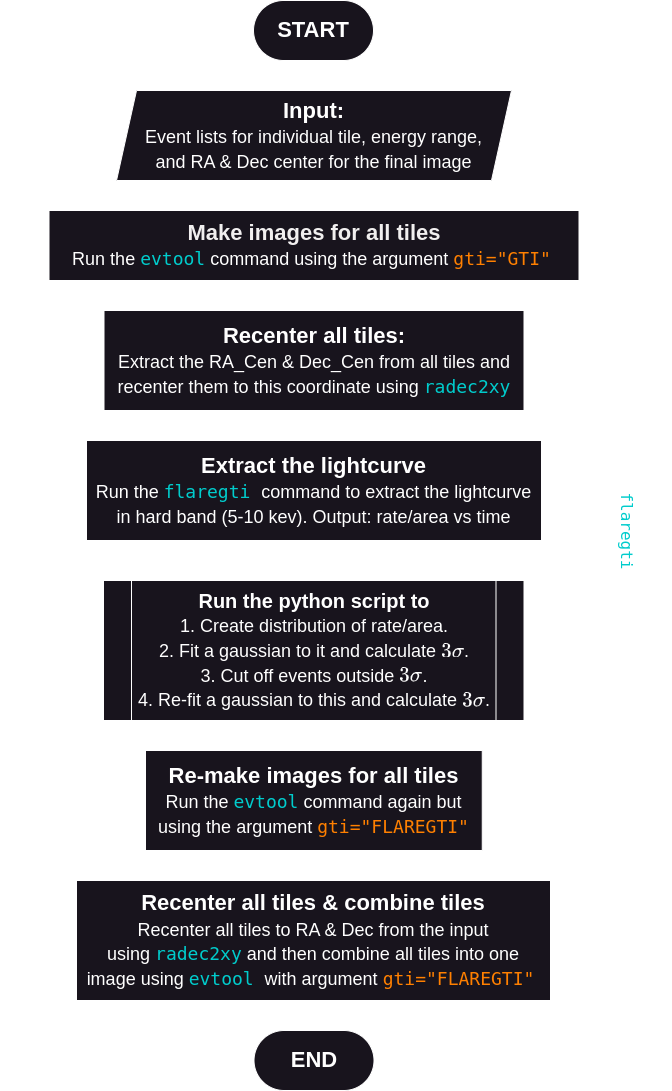
Above: eROSITA_eSASS_Tutorials/Flowcharts/Flare_filtering_flowchart.png in AdiPandya/HEA_SNR_Tutorials (draw.io), before the change. Source tidied: cells renumbered, new cells last; positions are measured from the earlier drawing's top-left corner, leaving out a move shared by most shapes.
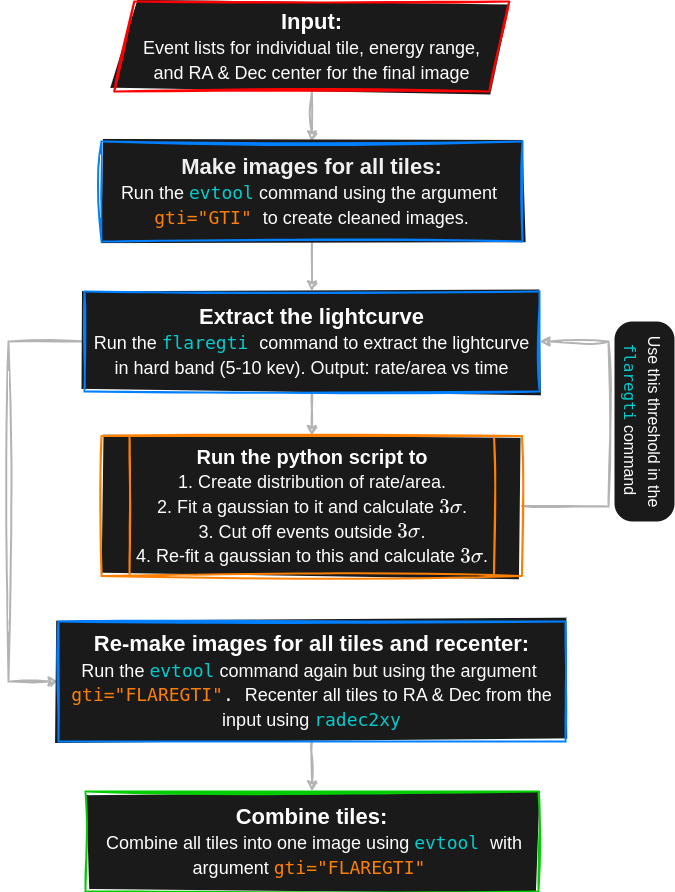
Above is the later version.

Commit message:
eSASS: Flare filtering flowchart

The edit, as a diff of the source:
```diff
@@ -2,72 +2,59 @@
   <root>
     <mxCell id="0" />
     <mxCell id="1" parent="0" />
-    <mxCell id="2" style="edgeStyle=none;html=1;exitX=0.5;exitY=1;exitDx=0;exitDy=0;fontSize=20;strokeWidth=2;strokeColor=#FFFFFF;" parent="1" edge="1" source="3" target="5">
-      <mxGeometry relative="1" as="geometry" />
-    </mxCell>
-    <mxCell id="3" value="&lt;font size=&quot;1&quot; style=&quot;&quot;&gt;&lt;b style=&quot;font-size: 22px;&quot;&gt;START&lt;/b&gt;&lt;/font&gt;" style="rounded=1;whiteSpace=wrap;html=1;arcSize=50;fontColor=#FFFFFF;fillColor=#18141D;strokeColor=#FFFFFF;" parent="1" vertex="1">
-      <mxGeometry x="245" width="120" height="60" as="geometry" />
-    </mxCell>
-    <mxCell id="4" style="edgeStyle=none;html=1;fontSize=20;fontColor=#00CCCC;strokeWidth=2;strokeColor=#FFFFFF;" parent="1" edge="1" source="5" target="13">
+    <mxCell id="4" style="edgeStyle=none;html=1;fontSize=20;fontColor=#00CCCC;strokeWidth=2;strokeColor=#B3B3B3;rounded=0;sketch=1;curveFitting=1;jiggle=2;" parent="1" edge="1" source="5" target="13">
       <mxGeometry relative="1" as="geometry" />
     </mxCell>
-    <mxCell id="5" value="&lt;font color=&quot;#ffffff&quot;&gt;&lt;b style=&quot;&quot;&gt;&lt;font style=&quot;font-size: 22px;&quot;&gt;Input: &lt;/font&gt;&lt;/b&gt;&lt;br&gt;&lt;span style=&quot;font-size: 18px;&quot;&gt;Event lists for individual tile, energy range, &lt;/span&gt;&lt;br&gt;&lt;span style=&quot;font-size: 18px;&quot;&gt;and RA &amp;amp; Dec center for the final image&lt;/span&gt;&lt;/font&gt;" style="shape=parallelogram;perimeter=parallelogramPerimeter;whiteSpace=wrap;html=1;fixedSize=1;fontSize=20;fillColor=#18141D;strokeColor=#FFFFFF;" parent="1" vertex="1">
-      <mxGeometry x="108" y="90" width="395" height="90" as="geometry" />
+    <mxCell id="5" value="&lt;font color=&quot;#ffffff&quot;&gt;&lt;b style=&quot;&quot;&gt;&lt;font style=&quot;font-size: 22px;&quot;&gt;Input: &lt;/font&gt;&lt;/b&gt;&lt;br&gt;&lt;span style=&quot;font-size: 18px;&quot;&gt;Event lists for individual tile, energy range, &lt;/span&gt;&lt;br&gt;&lt;span style=&quot;font-size: 18px;&quot;&gt;and RA &amp;amp; Dec center for the final image&lt;/span&gt;&lt;/font&gt;" style="shape=parallelogram;perimeter=parallelogramPerimeter;whiteSpace=wrap;html=1;fixedSize=1;fontSize=20;fillColor=#1A1A1A;strokeColor=#FF0000;strokeWidth=2;fillStyle=solid;rounded=0;sketch=1;curveFitting=1;jiggle=2;" parent="1" vertex="1">
+      <mxGeometry x="95.8" y="140" width="395" height="90" as="geometry" />
     </mxCell>
-    <mxCell id="6" style="edgeStyle=none;html=1;fontSize=20;fontColor=#00CCCC;strokeWidth=2;strokeColor=#FFFFFF;" parent="1" edge="1" source="7" target="10">
-      <mxGeometry relative="1" as="geometry" />
-    </mxCell>
-    <mxCell id="7" value="&lt;font color=&quot;#ffffff&quot; style=&quot;font-size: 18px;&quot;&gt;&lt;font style=&quot;font-size: 22px;&quot;&gt;&lt;b&gt;Recenter all tiles:&lt;/b&gt;&lt;/font&gt;&lt;br&gt;&lt;font style=&quot;font-size: 18px;&quot;&gt;&lt;font style=&quot;font-size: 18px;&quot;&gt;E&lt;/font&gt;&lt;font style=&quot;font-size: 18px;&quot;&gt;&lt;font style=&quot;font-size: 18px;&quot;&gt;xtract the RA_Cen &amp;amp; &lt;/font&gt;&lt;font style=&quot;font-size: 18px;&quot;&gt;Dec_Cen from all tiles and recenter them to this coordinate usin&lt;/font&gt;&lt;font style=&quot;font-size: 18px;&quot;&gt;g&amp;nbsp;&lt;/font&gt;&lt;/font&gt;&lt;/font&gt;&lt;/font&gt;&lt;span style=&quot;font-family: &amp;quot;Droid Sans Mono&amp;quot;, &amp;quot;monospace&amp;quot;, monospace;&quot;&gt;&lt;font style=&quot;font-size: 18px;&quot; color=&quot;#00cccc&quot;&gt;radec2xy&lt;/font&gt;&lt;/span&gt;" style="rounded=0;whiteSpace=wrap;html=1;fontSize=20;fontStyle=0;strokeColor=#FFFFFF;fillColor=#18141D;" parent="1" vertex="1">
-      <mxGeometry x="95.5" y="310" width="420" height="100" as="geometry" />
-    </mxCell>
-    <mxCell id="8" style="edgeStyle=none;html=1;fontSize=20;fontColor=#00CCCC;strokeWidth=2;entryX=0.5;entryY=0;entryDx=0;entryDy=0;strokeColor=#FFFFFF;" parent="1" edge="1" source="10" target="19">
+    <mxCell id="8" style="edgeStyle=none;html=1;fontSize=20;fontColor=#00CCCC;strokeWidth=2;entryX=0.5;entryY=0;entryDx=0;entryDy=0;strokeColor=#B3B3B3;rounded=0;sketch=1;curveFitting=1;jiggle=2;" parent="1" edge="1" source="10" target="19">
       <mxGeometry relative="1" as="geometry" />
     </mxCell>
-    <mxCell id="9" style="edgeStyle=none;html=1;fontSize=20;fontColor=#00CCCC;entryX=0;entryY=0.5;entryDx=0;entryDy=0;strokeWidth=2;strokeColor=#FFFFFF;" parent="1" edge="1" source="10" target="16">
+    <mxCell id="9" style="edgeStyle=none;html=1;fontSize=20;fontColor=#00CCCC;entryX=0;entryY=0.5;entryDx=0;entryDy=0;strokeWidth=2;strokeColor=#B3B3B3;rounded=0;sketch=1;curveFitting=1;jiggle=2;" parent="1" edge="1" source="10" target="16">
       <mxGeometry relative="1" as="geometry">
         <Array as="points">
-          <mxPoint y="490" />
-          <mxPoint y="800" />
+          <mxPoint x="-10" y="480" />
+          <mxPoint x="-10" y="820" />
         </Array>
       </mxGeometry>
     </mxCell>
-    <mxCell id="10" value="&lt;font style=&quot;font-size: 18px;&quot;&gt;&lt;font style=&quot;color: rgb(255, 255, 255); font-size: 22px;&quot;&gt;&lt;b&gt;Extract the lightcurve&lt;/b&gt;&lt;/font&gt;&lt;br&gt;&lt;font color=&quot;#ffffff&quot;&gt;Run the&amp;nbsp;&lt;/font&gt;&lt;span style=&quot;font-family: &amp;quot;Droid Sans Mono&amp;quot;, &amp;quot;monospace&amp;quot;, monospace;&quot;&gt;&lt;font color=&quot;#00cccc&quot;&gt;flaregti&lt;/font&gt;&lt;font color=&quot;#ffffff&quot;&gt;&amp;nbsp;&lt;/font&gt;&lt;/span&gt;&lt;font color=&quot;#ffffff&quot;&gt;command to extract the lightcurve &lt;/font&gt;&lt;br&gt;&lt;font color=&quot;#ffffff&quot;&gt;in hard band (5-10 kev). Output: rate/area vs time&lt;/font&gt;&lt;br&gt;&lt;/font&gt;" style="rounded=0;whiteSpace=wrap;html=1;fontSize=20;fontStyle=0;strokeColor=#FFFFFF;fillColor=#18141D;" parent="1" vertex="1">
-      <mxGeometry x="78" y="440" width="455" height="100" as="geometry" />
+    <mxCell id="10" value="&lt;font style=&quot;font-size: 18px;&quot;&gt;&lt;font style=&quot;color: rgb(255, 255, 255); font-size: 22px;&quot;&gt;&lt;b&gt;Extract the lightcurve&lt;/b&gt;&lt;/font&gt;&lt;br&gt;&lt;font color=&quot;#ffffff&quot;&gt;Run the&amp;nbsp;&lt;/font&gt;&lt;span style=&quot;font-family: &amp;quot;Droid Sans Mono&amp;quot;, &amp;quot;monospace&amp;quot;, monospace;&quot;&gt;&lt;font color=&quot;#00cccc&quot;&gt;flaregti&lt;/font&gt;&lt;font color=&quot;#ffffff&quot;&gt;&amp;nbsp;&lt;/font&gt;&lt;/span&gt;&lt;font color=&quot;#ffffff&quot;&gt;command to extract the lightcurve &lt;/font&gt;&lt;br&gt;&lt;font color=&quot;#ffffff&quot;&gt;in hard band (5-10 kev). Output: rate/area vs time&lt;/font&gt;&lt;br&gt;&lt;/font&gt;" style="rounded=0;whiteSpace=wrap;html=1;fontSize=20;fontStyle=0;strokeColor=#007FFF;fillColor=#1A1A1A;strokeWidth=2;fillStyle=solid;sketch=1;curveFitting=1;jiggle=2;" parent="1" vertex="1">
+      <mxGeometry x="66" y="430" width="455" height="100" as="geometry" />
     </mxCell>
-    <mxCell id="11" style="edgeStyle=none;html=1;entryX=1;entryY=0.5;entryDx=0;entryDy=0;fontSize=20;fontColor=#00CCCC;strokeWidth=2;exitX=1;exitY=0.5;exitDx=0;exitDy=0;strokeColor=#FFFFFF;" parent="1" edge="1" source="19" target="10">
+    <mxCell id="11" style="edgeStyle=none;html=1;entryX=1;entryY=0.5;entryDx=0;entryDy=0;fontSize=20;fontColor=#00CCCC;strokeWidth=2;exitX=1;exitY=0.5;exitDx=0;exitDy=0;strokeColor=#B3B3B3;rounded=0;sketch=1;curveFitting=1;jiggle=2;" parent="1" edge="1" source="19" target="10">
       <mxGeometry relative="1" as="geometry">
         <Array as="points">
-          <mxPoint x="600" y="650" />
-          <mxPoint x="600" y="490" />
+          <mxPoint x="590" y="645" />
+          <mxPoint x="590" y="480" />
         </Array>
       </mxGeometry>
     </mxCell>
-    <mxCell id="12" style="edgeStyle=none;html=1;fontSize=20;fontColor=#00CCCC;strokeWidth=2;strokeColor=#FFFFFF;" parent="1" edge="1" source="13" target="7">
-      <mxGeometry relative="1" as="geometry" />
+    <mxCell id="12" style="edgeStyle=none;html=1;fontSize=20;fontColor=#00CCCC;strokeWidth=2;strokeColor=#FFFFFF;rounded=0;sketch=1;curveFitting=1;jiggle=2;" parent="1" edge="1" source="13">
+      <mxGeometry relative="1" as="geometry">
+        <mxPoint x="295.5" y="340" as="targetPoint" />
+      </mxGeometry>
     </mxCell>
+    <mxCell id="21" style="edgeStyle=none;html=1;fontColor=#F0F0F0;strokeWidth=2;strokeColor=#B3B3B3;rounded=0;sketch=1;curveFitting=1;jiggle=2;" parent="1" edge="1" source="13" target="10">
+      <mxGeometry relative="1" as="geometry" />
+    </mxCell>
-    <mxCell id="13" value="&lt;font style=&quot;&quot;&gt;&lt;span style=&quot;font-size: 22px;&quot;&gt;&lt;b&gt;&lt;font color=&quot;#f1efef&quot;&gt;Make images for all tiles&lt;/font&gt;&lt;/b&gt;&lt;/span&gt;&lt;br&gt;&lt;font style=&quot;font-size: 18px;&quot;&gt;&lt;font style=&quot;font-size: 18px;&quot;&gt;&lt;font style=&quot;font-size: 18px;&quot;&gt;&lt;font color=&quot;#ffffff&quot;&gt;Run the&lt;/font&gt;&amp;nbsp;&lt;/font&gt;&lt;/font&gt;&lt;/font&gt;&lt;/font&gt;&lt;span style=&quot;font-family: &amp;quot;Droid Sans Mono&amp;quot;, &amp;quot;monospace&amp;quot;, monospace;&quot;&gt;&lt;font style=&quot;font-size: 18px;&quot; color=&quot;#00cccc&quot;&gt;evtool&lt;/font&gt;&lt;/span&gt;&lt;font style=&quot;font-size: 18px;&quot;&gt;&amp;nbsp;&lt;/font&gt;&lt;font style=&quot;font-size: 18px;&quot;&gt;&lt;font color=&quot;#ffffff&quot;&gt;command using the argument&amp;nbsp;&lt;/font&gt;&lt;span style=&quot;font-family: &amp;quot;Droid Sans Mono&amp;quot;, &amp;quot;monospace&amp;quot;, monospace;&quot;&gt;&lt;font color=&quot;#ff8000&quot;&gt;gti=&quot;GTI&quot;&lt;/font&gt;&lt;/span&gt;&amp;nbsp;&lt;/font&gt;" style="rounded=0;whiteSpace=wrap;html=1;fontSize=20;fontStyle=0;fillColor=#18141D;fillStyle=solid;strokeColor=#FFFFFF;" parent="1" vertex="1">
-      <mxGeometry x="40.5" y="210" width="530" height="70" as="geometry" />
+    <mxCell id="13" value="&lt;font style=&quot;&quot;&gt;&lt;span style=&quot;font-size: 22px;&quot;&gt;&lt;b&gt;&lt;font color=&quot;#f1efef&quot;&gt;Make images for all tiles:&lt;/font&gt;&lt;/b&gt;&lt;/span&gt;&lt;br&gt;&lt;font style=&quot;font-size: 18px;&quot;&gt;&lt;font style=&quot;font-size: 18px;&quot;&gt;&lt;font style=&quot;font-size: 18px;&quot;&gt;&lt;font color=&quot;#ffffff&quot;&gt;Run the&lt;/font&gt;&amp;nbsp;&lt;/font&gt;&lt;/font&gt;&lt;/font&gt;&lt;/font&gt;&lt;span style=&quot;font-family: &amp;quot;Droid Sans Mono&amp;quot;, &amp;quot;monospace&amp;quot;, monospace;&quot;&gt;&lt;font style=&quot;font-size: 18px;&quot; color=&quot;#00cccc&quot;&gt;evtool&lt;/font&gt;&lt;/span&gt;&lt;font style=&quot;font-size: 18px;&quot;&gt;&amp;nbsp;&lt;/font&gt;&lt;font style=&quot;font-size: 18px;&quot;&gt;&lt;font color=&quot;#ffffff&quot;&gt;command using the argument&amp;nbsp;&lt;br&gt;&lt;/font&gt;&lt;span style=&quot;font-family: &amp;quot;Droid Sans Mono&amp;quot;, &amp;quot;monospace&amp;quot;, monospace;&quot;&gt;&lt;font color=&quot;#ff8000&quot;&gt;gti=&quot;GTI&quot;&amp;nbsp;&lt;/font&gt;&lt;/span&gt;&lt;span style=&quot;color: rgb(255, 255, 255);&quot;&gt;to create cleaned images.&lt;/span&gt;&lt;br&gt;&lt;/font&gt;" style="rounded=0;whiteSpace=wrap;html=1;fontSize=20;fontStyle=0;fillColor=#1A1A1A;fillStyle=solid;strokeColor=#007FFF;strokeWidth=2;sketch=1;curveFitting=1;jiggle=2;" parent="1" vertex="1">
+      <mxGeometry x="83" y="280" width="421" height="100" as="geometry" />
     </mxCell>
-    <mxCell id="14" value="&lt;font color=&quot;#ffffff&quot; style=&quot;font-size: 16px;&quot;&gt;Use this threshold&amp;nbsp;in the&lt;br&gt;&lt;/font&gt;&lt;span style=&quot;color: rgb(0, 204, 204); font-family: &amp;quot;Droid Sans Mono&amp;quot;, &amp;quot;monospace&amp;quot;, monospace;&quot;&gt;&lt;font style=&quot;font-size: 16px;&quot;&gt;flaregti&lt;/font&gt;&lt;/span&gt;&lt;font color=&quot;#ffffff&quot; style=&quot;font-size: 16px;&quot;&gt;&amp;nbsp;command&amp;nbsp;&lt;/font&gt;" style="text;html=1;align=center;verticalAlign=middle;strokeColor=none;fillColor=none;fontSize=20;fontColor=#FF8000;rotation=90;" parent="1" vertex="1">
-      <mxGeometry x="533" y="540" width="200" height="60" as="geometry" />
+    <mxCell id="14" value="&lt;font color=&quot;#ffffff&quot; style=&quot;font-size: 16px;&quot;&gt;Use this threshold&amp;nbsp;in the&lt;br&gt;&lt;/font&gt;&lt;span style=&quot;color: rgb(0, 204, 204); font-family: &amp;quot;Droid Sans Mono&amp;quot;, &amp;quot;monospace&amp;quot;, monospace;&quot;&gt;&lt;font style=&quot;font-size: 16px;&quot;&gt;flaregti&lt;/font&gt;&lt;/span&gt;&lt;font color=&quot;#ffffff&quot; style=&quot;font-size: 16px;&quot;&gt;&amp;nbsp;command&amp;nbsp;&lt;/font&gt;" style="text;html=1;align=center;verticalAlign=middle;strokeColor=none;fillColor=#1A1A1A;fontSize=20;fontColor=#FF8000;rotation=90;fillStyle=solid;rounded=1;arcSize=30;glass=0;shadow=0;" parent="1" vertex="1">
+      <mxGeometry x="526" y="530" width="200" height="60" as="geometry" />
     </mxCell>
-    <mxCell id="15" style="edgeStyle=none;html=1;fontSize=16;fontColor=#00CCCC;strokeWidth=2;strokeColor=#FFFFFF;" parent="1" edge="1" source="16" target="18">
+    <mxCell id="15" style="edgeStyle=none;html=1;fontSize=16;fontColor=#00CCCC;strokeWidth=2;strokeColor=#B3B3B3;rounded=0;sketch=1;curveFitting=1;jiggle=2;" parent="1" edge="1" source="16" target="18">
       <mxGeometry relative="1" as="geometry" />
     </mxCell>
-    <mxCell id="16" value="&lt;font style=&quot;color: rgb(255, 255, 255);&quot;&gt;&lt;span style=&quot;font-size: 22px;&quot;&gt;&lt;b&gt;Re-make images for all tiles&lt;/b&gt;&lt;/span&gt;&lt;br&gt;&lt;font style=&quot;font-size: 18px;&quot;&gt;&lt;font style=&quot;font-size: 18px;&quot;&gt;&lt;font style=&quot;font-size: 18px;&quot;&gt;Run the&amp;nbsp;&lt;/font&gt;&lt;/font&gt;&lt;/font&gt;&lt;/font&gt;&lt;span style=&quot;font-family: &amp;quot;Droid Sans Mono&amp;quot;, &amp;quot;monospace&amp;quot;, monospace;&quot;&gt;&lt;font color=&quot;#00cccc&quot; style=&quot;font-size: 18px;&quot;&gt;evtool&lt;/font&gt;&lt;/span&gt;&lt;font style=&quot;color: rgb(255, 255, 255); font-size: 18px;&quot;&gt;&amp;nbsp;&lt;/font&gt;&lt;font style=&quot;font-size: 18px;&quot;&gt;&lt;font color=&quot;#ffffff&quot;&gt;command again but using the argument&amp;nbsp;&lt;/font&gt;&lt;span style=&quot;font-family: &amp;quot;Droid Sans Mono&amp;quot;, &amp;quot;monospace&amp;quot;, monospace;&quot;&gt;&lt;font color=&quot;#ff8000&quot;&gt;gti=&quot;FLAREGTI&quot;&lt;/font&gt;&lt;/span&gt;&lt;/font&gt;" style="rounded=0;whiteSpace=wrap;html=1;fontSize=20;fontStyle=0;strokeColor=#FFFFFF;fillColor=#18141D;" parent="1" vertex="1">
-      <mxGeometry x="137" y="750" width="336.8" height="100" as="geometry" />
+    <mxCell id="16" value="&lt;font style=&quot;color: rgb(255, 255, 255);&quot;&gt;&lt;span style=&quot;font-size: 22px;&quot;&gt;&lt;b&gt;Re-make images for all tiles and recenter:&lt;/b&gt;&lt;/span&gt;&lt;br&gt;&lt;font style=&quot;font-size: 18px;&quot;&gt;&lt;font style=&quot;font-size: 18px;&quot;&gt;&lt;font style=&quot;font-size: 18px;&quot;&gt;Run the&amp;nbsp;&lt;/font&gt;&lt;/font&gt;&lt;/font&gt;&lt;/font&gt;&lt;span style=&quot;font-family: &amp;quot;Droid Sans Mono&amp;quot;, &amp;quot;monospace&amp;quot;, monospace;&quot;&gt;&lt;font color=&quot;#00cccc&quot; style=&quot;font-size: 18px;&quot;&gt;evtool&lt;/font&gt;&lt;/span&gt;&lt;font style=&quot;color: rgb(255, 255, 255); font-size: 18px;&quot;&gt;&amp;nbsp;&lt;/font&gt;&lt;font style=&quot;font-size: 18px;&quot;&gt;&lt;font color=&quot;#ffffff&quot;&gt;command again but using the argument&amp;nbsp;&lt;br&gt;&lt;/font&gt;&lt;span style=&quot;font-family: &amp;quot;Droid Sans Mono&amp;quot;, &amp;quot;monospace&amp;quot;, monospace;&quot;&gt;&lt;font color=&quot;#ff8000&quot;&gt;gti=&quot;FLAREGTI&quot;&lt;/font&gt;&lt;font color=&quot;#ffffff&quot;&gt;.&lt;/font&gt;&lt;font color=&quot;#ff8000&quot;&gt;&amp;nbsp;&lt;/font&gt;&lt;/span&gt;&lt;/font&gt;&lt;font style=&quot;color: rgb(255, 255, 255);&quot;&gt;&lt;font style=&quot;font-size: 18px;&quot;&gt;Recenter all tiles to RA &amp;amp; Dec from the input using&amp;nbsp;&lt;/font&gt;&lt;/font&gt;&lt;span style=&quot;font-family: &amp;quot;Droid Sans Mono&amp;quot;, &amp;quot;monospace&amp;quot;, monospace;&quot;&gt;&lt;font style=&quot;font-size: 18px;&quot; color=&quot;#00cccc&quot;&gt;radec2xy&lt;/font&gt;&lt;/span&gt;" style="rounded=0;whiteSpace=wrap;html=1;fontSize=20;fontStyle=0;strokeColor=#007FFF;fillColor=#1A1A1A;strokeWidth=2;fillStyle=solid;sketch=1;curveFitting=1;jiggle=2;" parent="1" vertex="1">
+      <mxGeometry x="40" y="760" width="507" height="120" as="geometry" />
     </mxCell>
-    <mxCell id="17" style="edgeStyle=none;html=1;strokeWidth=2;fontSize=20;fontColor=#00CCCC;strokeColor=#FFFFFF;" parent="1" edge="1" source="18" target="20">
-      <mxGeometry relative="1" as="geometry" />
-    </mxCell>
-    <mxCell id="18" value="&lt;font style=&quot;color: rgb(255, 255, 255);&quot;&gt;&lt;span style=&quot;font-size: 22px;&quot;&gt;&lt;b&gt;Recenter all tiles &amp;amp; combine tiles&lt;/b&gt;&lt;/span&gt;&lt;br&gt;&lt;font style=&quot;font-size: 18px;&quot;&gt;&lt;font style=&quot;font-size: 18px;&quot;&gt;&lt;font style=&quot;font-size: 18px;&quot;&gt;Recenter all tiles to RA &amp;amp; Dec from the input using&amp;nbsp;&lt;/font&gt;&lt;/font&gt;&lt;/font&gt;&lt;/font&gt;&lt;span style=&quot;font-family: &amp;quot;Droid Sans Mono&amp;quot;, &amp;quot;monospace&amp;quot;, monospace;&quot;&gt;&lt;font color=&quot;#00cccc&quot; style=&quot;font-size: 18px;&quot;&gt;radec2xy&lt;/font&gt;&lt;/span&gt;&lt;font style=&quot;color: rgb(255, 255, 255); font-size: 18px;&quot;&gt;&amp;nbsp;&lt;/font&gt;&lt;font style=&quot;font-size: 18px;&quot;&gt;&lt;font color=&quot;#ffffff&quot;&gt;and then combine all tiles into one &lt;/font&gt;&lt;br&gt;&lt;font color=&quot;#ffffff&quot;&gt;image using&amp;nbsp;&lt;/font&gt;&lt;span style=&quot;font-family: &amp;quot;Droid Sans Mono&amp;quot;, &amp;quot;monospace&amp;quot;, monospace;&quot;&gt;&lt;font color=&quot;#00cccc&quot;&gt;evtool&lt;/font&gt; &lt;/span&gt;&lt;font color=&quot;#ffffff&quot;&gt;with argument&amp;nbsp;&lt;/font&gt;&lt;span style=&quot;font-family: &amp;quot;Droid Sans Mono&amp;quot;, &amp;quot;monospace&amp;quot;, monospace;&quot;&gt;&lt;font color=&quot;#ff8000&quot;&gt;gti=&quot;FLAREGTI&quot;&lt;/font&gt;&lt;/span&gt;&lt;font color=&quot;#ffffff&quot;&gt;&amp;nbsp;&lt;/font&gt;&lt;/font&gt;" style="rounded=0;whiteSpace=wrap;html=1;fontSize=20;fontStyle=0;strokeColor=#FFFFFF;fillColor=#18141D;" parent="1" vertex="1">
-      <mxGeometry x="68" y="880" width="474" height="120" as="geometry" />
+    <mxCell id="18" value="&lt;font style=&quot;color: rgb(255, 255, 255);&quot;&gt;&lt;span style=&quot;font-size: 22px;&quot;&gt;&lt;b&gt;Combine tiles:&lt;/b&gt;&lt;/span&gt;&lt;br&gt;&lt;/font&gt;&lt;font style=&quot;color: rgb(255, 255, 255); font-size: 18px;&quot;&gt;&amp;nbsp;&lt;/font&gt;&lt;font style=&quot;font-size: 18px;&quot;&gt;&lt;font color=&quot;#ffffff&quot;&gt;Combine all tiles into one&amp;nbsp;&lt;/font&gt;&lt;font color=&quot;#ffffff&quot;&gt;image using&amp;nbsp;&lt;/font&gt;&lt;span style=&quot;font-family: &amp;quot;Droid Sans Mono&amp;quot;, &amp;quot;monospace&amp;quot;, monospace;&quot;&gt;&lt;font color=&quot;#00cccc&quot;&gt;evtool&lt;/font&gt; &lt;/span&gt;&lt;font color=&quot;#ffffff&quot;&gt;with argument&amp;nbsp;&lt;/font&gt;&lt;span style=&quot;font-family: &amp;quot;Droid Sans Mono&amp;quot;, &amp;quot;monospace&amp;quot;, monospace;&quot;&gt;&lt;font color=&quot;#ff8000&quot;&gt;gti=&quot;FLAREGTI&quot;&lt;/font&gt;&lt;/span&gt;&lt;font color=&quot;#ffffff&quot;&gt;&amp;nbsp;&lt;/font&gt;&lt;/font&gt;" style="rounded=0;whiteSpace=wrap;html=1;fontSize=20;fontStyle=0;strokeColor=#00CC00;fillColor=#1A1A1A;strokeWidth=2;fillStyle=solid;sketch=1;curveFitting=1;jiggle=2;" parent="1" vertex="1">
+      <mxGeometry x="67" y="930" width="453" height="100" as="geometry" />
     </mxCell>
-    <mxCell id="19" value="&lt;font color=&quot;#ffffff&quot;&gt;&lt;b style=&quot;&quot;&gt;Run the python script to&lt;/b&gt;&lt;br&gt;&lt;span style=&quot;font-size: 18px;&quot;&gt;1. Create distribution of rate/area.&lt;/span&gt;&lt;br&gt;&lt;span style=&quot;font-size: 18px;&quot;&gt;2. Fit a gaussian to it and calculate&amp;nbsp;&lt;/span&gt;&lt;span style=&quot;font-size: 18px;&quot;&gt;\(3\sigma\).&lt;/span&gt;&lt;br&gt;&lt;span style=&quot;font-size: 18px;&quot;&gt;3. Cut off events outside&amp;nbsp;&lt;/span&gt;&lt;span style=&quot;font-size: 18px;&quot;&gt;\(3\sigma\)&lt;/span&gt;&lt;span style=&quot;font-size: 18px;&quot;&gt;.&lt;/span&gt;&lt;br&gt;&lt;span style=&quot;font-size: 18px;&quot;&gt;4. Re-fit a gaussian to this and calculate&amp;nbsp;&lt;/span&gt;&lt;span style=&quot;font-size: 18px;&quot;&gt;\(3\sigma\)&lt;/span&gt;&lt;span style=&quot;font-size: 18px;&quot;&gt;.&lt;/span&gt;&lt;/font&gt;" style="shape=process;whiteSpace=wrap;html=1;backgroundOutline=1;labelBackgroundColor=none;fontSize=20;fontColor=#00CCCC;size=0.06555555555555556;strokeColor=#FFFFFF;fillColor=#18141D;" parent="1" vertex="1">
-      <mxGeometry x="95" y="580" width="420.5" height="140" as="geometry" />
+    <mxCell id="19" value="&lt;font color=&quot;#ffffff&quot;&gt;&lt;b style=&quot;&quot;&gt;Run the python script to&lt;/b&gt;&lt;br&gt;&lt;span style=&quot;font-size: 18px;&quot;&gt;1. Create distribution of rate/area.&lt;/span&gt;&lt;br&gt;&lt;span style=&quot;font-size: 18px;&quot;&gt;2. Fit a gaussian to it and calculate&amp;nbsp;&lt;/span&gt;&lt;span style=&quot;font-size: 18px;&quot;&gt;\(3\sigma\).&lt;/span&gt;&lt;br&gt;&lt;span style=&quot;font-size: 18px;&quot;&gt;3. Cut off events outside&amp;nbsp;&lt;/span&gt;&lt;span style=&quot;font-size: 18px;&quot;&gt;\(3\sigma\)&lt;/span&gt;&lt;span style=&quot;font-size: 18px;&quot;&gt;.&lt;/span&gt;&lt;br&gt;&lt;span style=&quot;font-size: 18px;&quot;&gt;4. Re-fit a gaussian to this and calculate&amp;nbsp;&lt;/span&gt;&lt;span style=&quot;font-size: 18px;&quot;&gt;\(3\sigma\)&lt;/span&gt;&lt;span style=&quot;font-size: 18px;&quot;&gt;.&lt;/span&gt;&lt;/font&gt;" style="shape=process;whiteSpace=wrap;html=1;backgroundOutline=1;labelBackgroundColor=none;fontSize=20;fontColor=#00CCCC;size=0.06555555555555556;strokeColor=#FF8000;fillColor=#1A1A1A;strokeWidth=2;fillStyle=solid;rounded=0;sketch=1;curveFitting=1;jiggle=2;" parent="1" vertex="1">
+      <mxGeometry x="83" y="574.5" width="420.5" height="140" as="geometry" />
     </mxCell>
-    <mxCell id="20" value="&lt;font color=&quot;#ffffff&quot; size=&quot;1&quot; style=&quot;&quot;&gt;&lt;b style=&quot;font-size: 22px;&quot;&gt;END&lt;/b&gt;&lt;/font&gt;" style="rounded=1;whiteSpace=wrap;html=1;arcSize=50;strokeColor=#FFFFFF;fillColor=#18141D;" parent="1" vertex="1">
-      <mxGeometry x="245.5" y="1030" width="120" height="60" as="geometry" />
-    </mxCell>
   </root>
 </mxGraphModel>
```
